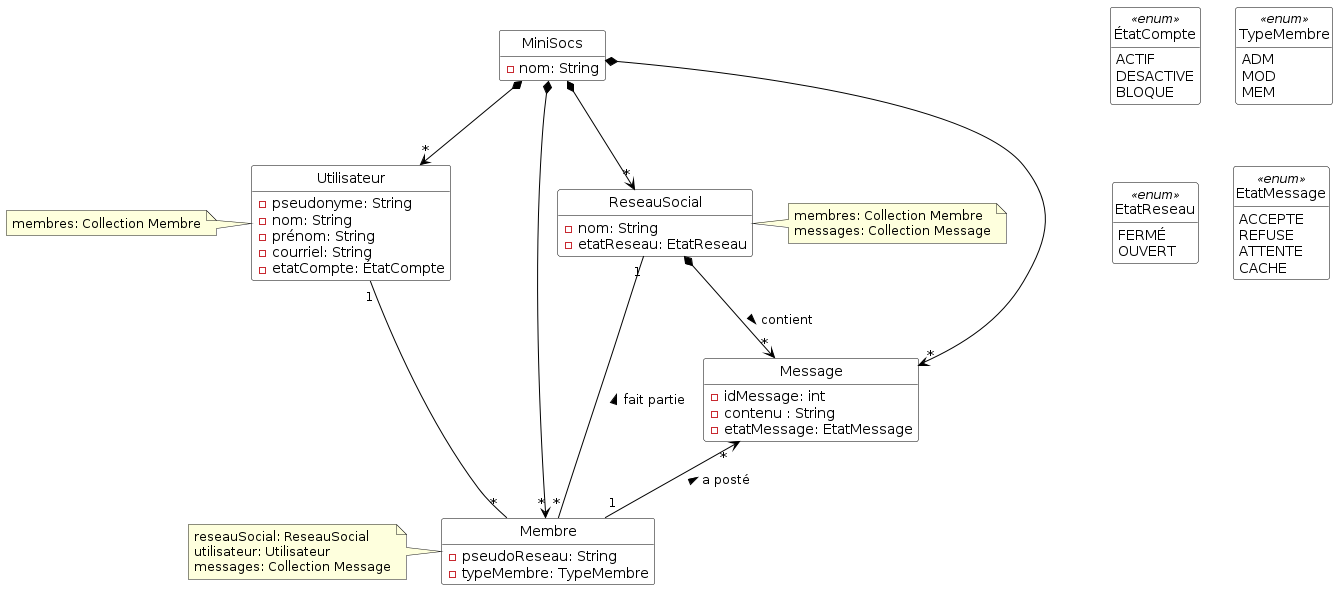
ThELud0/Minisocs keeps this PlantUML diagram as Diagrammes/minisocs_uml_diag_classes_sans_notif.png. Above is the earlier version.
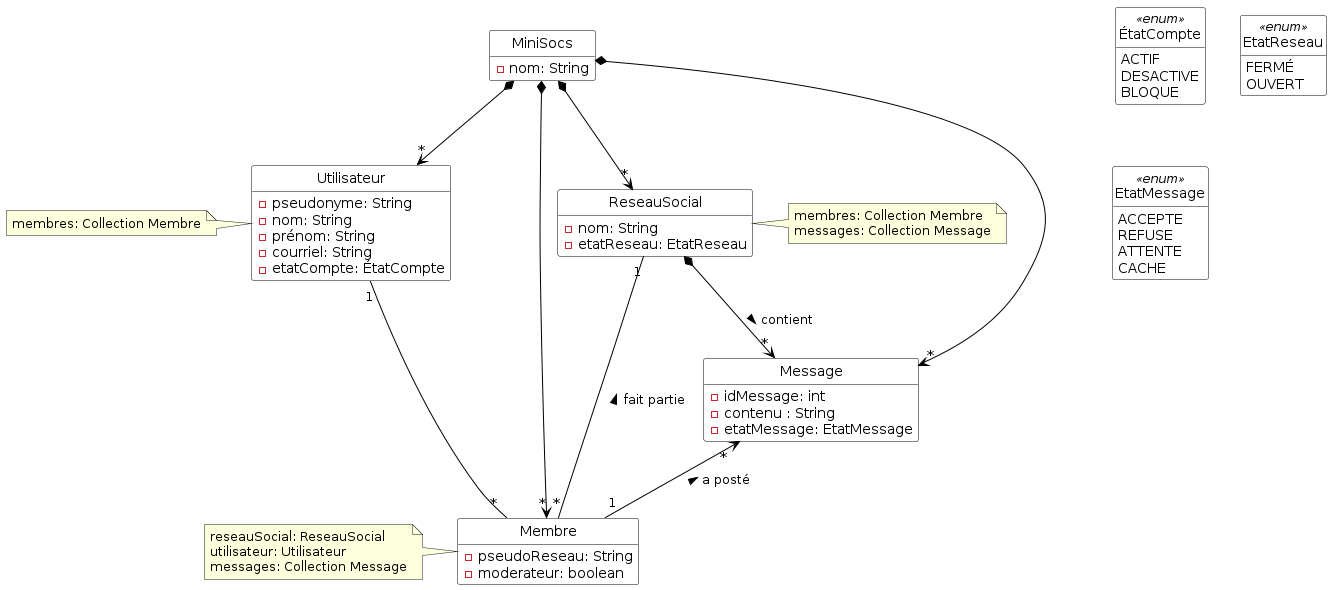
After the change.

Commit message:
readme diagramme de classe (retiré enum typemembre) et adaptation diagramme sequence creerReseauSocial

Change to the diagram source:
```diff
@@ -30,16 +30,12 @@
 }
 class Membre {
   - pseudoReseau: String
-  - typeMembre: TypeMembre
+  - moderateur: boolean
 }
 
 note left of Membre: reseauSocial: ReseauSocial\nutilisateur: Utilisateur\nmessages: Collection Message
 
-enum TypeMembre <<enum>> {
-  ADM
-  MOD
-  MEM
-}
+
 class ReseauSocial {
   - nom: String
   - etatReseau: EtatReseau
```
